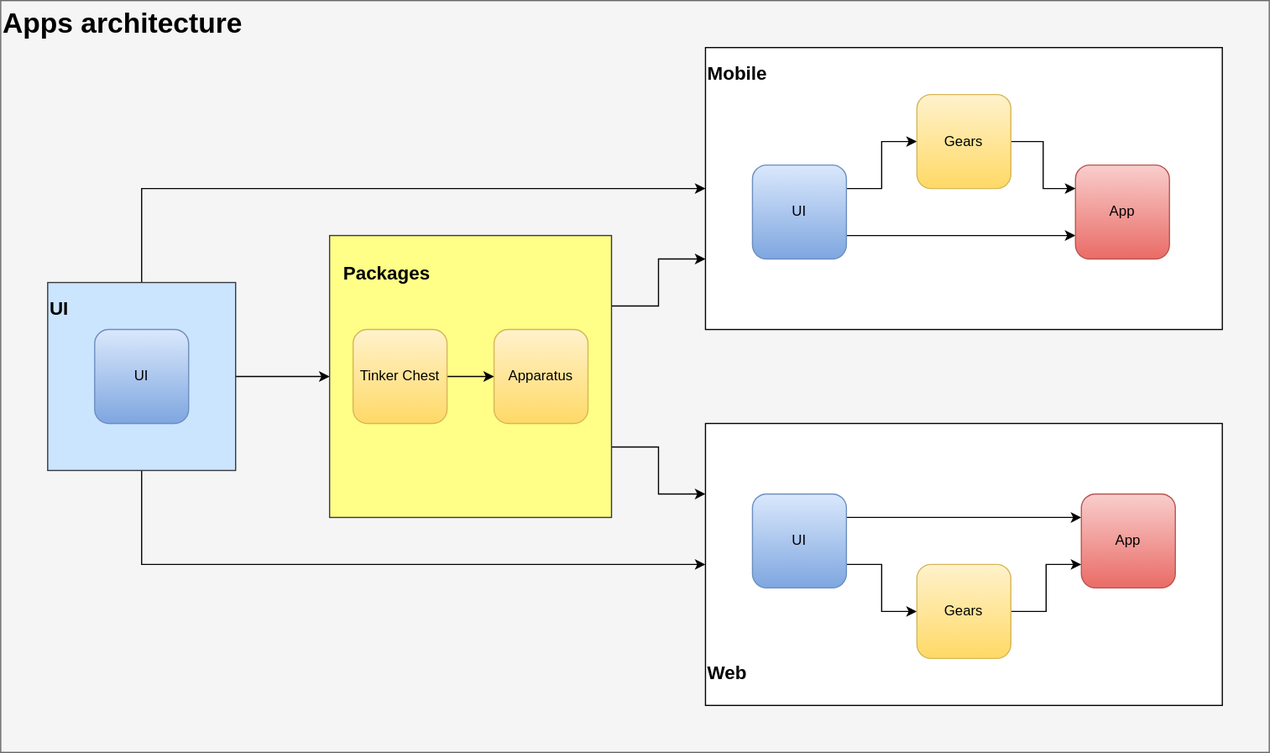
Above: docs/assets/architecture.svg in the-dead-planet/nav-gauge (draw.io), before the change. Source tidied: cells renumbered, new cells last; positions are measured from the earlier drawing's top-left corner, leaving out a move shared by most shapes.
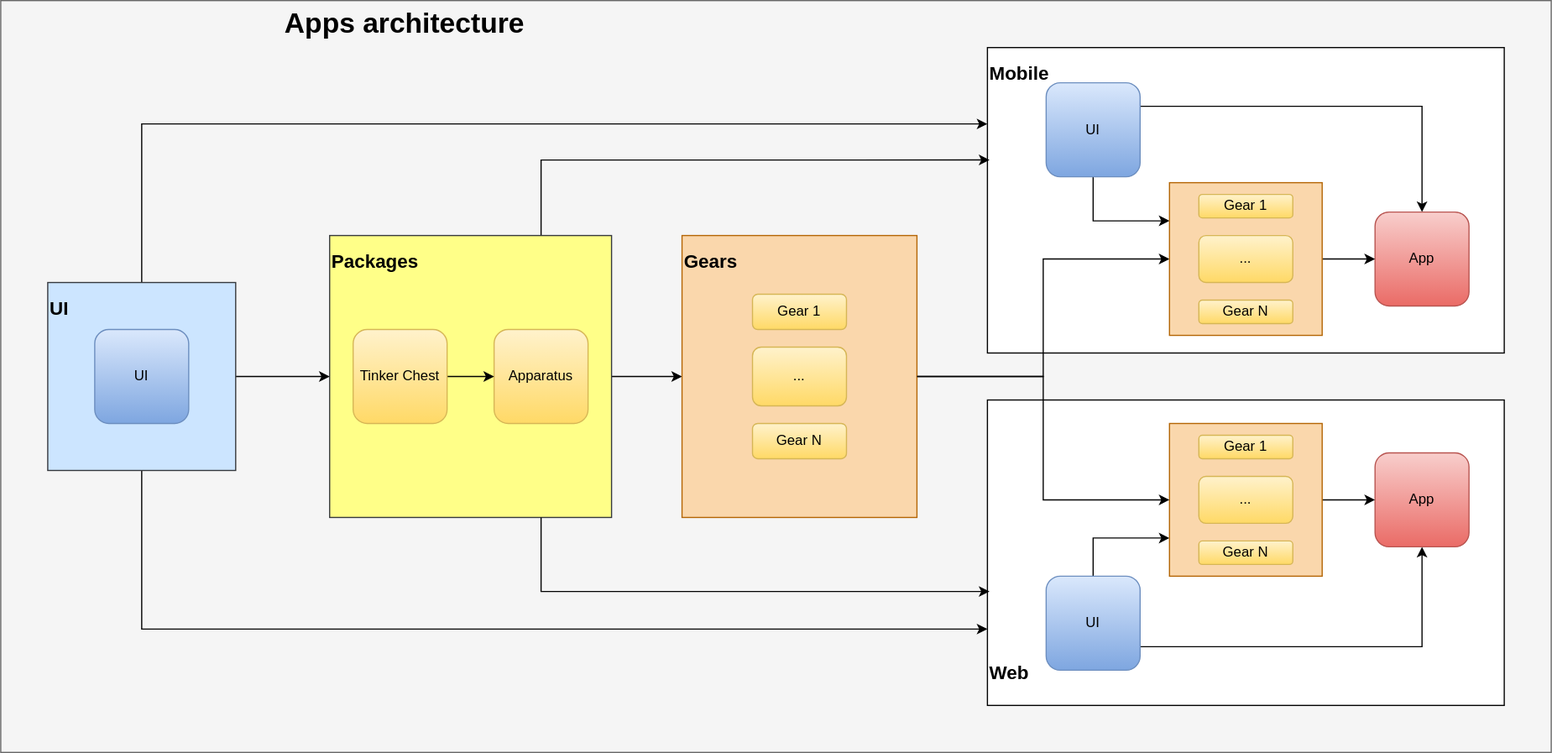
Later version of the same file.

Change to the diagram source:
```diff
@@ -33,7 +33,7 @@
       </mxGeometry>
     </mxCell>
     <mxCell id="8" style="rounded=0;whiteSpace=wrap;html=1;fillColor=#f5f5f5;strokeColor=#666666;fontColor=#333333;" parent="1" vertex="1">
-      <mxGeometry x="40" y="190" width="1080" height="640" as="geometry" />
+      <mxGeometry x="-200" y="190" width="1320" height="640" as="geometry" />
     </mxCell>
     <mxCell id="9" style="edgeStyle=orthogonalEdgeStyle;rounded=0;orthogonalLoop=1;jettySize=auto;html=1;exitX=0.5;exitY=1;exitDx=0;exitDy=0;" parent="1" edge="1">
       <mxGeometry relative="1" as="geometry">
@@ -42,69 +42,57 @@
       </mxGeometry>
     </mxCell>
     <mxCell id="10" style="rounded=0;whiteSpace=wrap;html=1;" parent="1" vertex="1">
-      <mxGeometry x="640" y="230" width="440" height="240" as="geometry" />
+      <mxGeometry x="640" y="230" width="440" height="260" as="geometry" />
     </mxCell>
-    <mxCell id="11" style="edgeStyle=orthogonalEdgeStyle;rounded=0;jettySize=auto;html=1;exitX=1;exitY=0.25;exitDx=0;exitDy=0;entryX=0;entryY=0.5;entryDx=0;entryDy=0;" parent="1" edge="1" source="13" target="16">
-      <mxGeometry relative="1" as="geometry" />
-    </mxCell>
-    <mxCell id="12" style="edgeStyle=orthogonalEdgeStyle;rounded=0;jettySize=auto;html=1;exitX=1;exitY=0.75;exitDx=0;exitDy=0;entryX=0;entryY=0.75;entryDx=0;entryDy=0;" parent="1" edge="1" source="13" target="14">
+    <mxCell id="12" style="edgeStyle=orthogonalEdgeStyle;rounded=0;jettySize=auto;html=1;exitX=1;exitY=0.25;exitDx=0;exitDy=0;entryX=0.5;entryY=0;entryDx=0;entryDy=0;" parent="1" edge="1" source="13" target="14">
       <mxGeometry relative="1" as="geometry" />
     </mxCell>
+    <mxCell id="40" style="edgeStyle=orthogonalEdgeStyle;rounded=0;jettySize=auto;html=1;exitX=0.5;exitY=1;exitDx=0;exitDy=0;entryX=0;entryY=0.25;entryDx=0;entryDy=0;" parent="1" edge="1" source="13" target="50">
+      <mxGeometry relative="1" as="geometry" />
+    </mxCell>
     <mxCell id="13" value="UI" style="rounded=1;whiteSpace=wrap;html=1;fillColor=#dae8fc;strokeColor=#6c8ebf;gradientColor=#7ea6e0;" parent="1" vertex="1">
-      <mxGeometry x="680" y="330" width="80" height="80" as="geometry" />
+      <mxGeometry x="690" y="260" width="80" height="80" as="geometry" />
     </mxCell>
     <mxCell id="14" value="App" style="rounded=1;whiteSpace=wrap;html=1;fillColor=#f8cecc;strokeColor=#b85450;gradientColor=#ea6b66;" parent="1" vertex="1">
-      <mxGeometry x="955" y="330" width="80" height="80" as="geometry" />
+      <mxGeometry x="970" y="370" width="80" height="80" as="geometry" />
     </mxCell>
-    <mxCell id="15" style="edgeStyle=orthogonalEdgeStyle;rounded=0;jettySize=auto;html=1;exitX=1;exitY=0.5;exitDx=0;exitDy=0;entryX=0;entryY=0.25;entryDx=0;entryDy=0;" parent="1" edge="1" source="16" target="14">
-      <mxGeometry relative="1" as="geometry" />
-    </mxCell>
-    <mxCell id="16" value="Gears" style="rounded=1;whiteSpace=wrap;html=1;fillColor=#fff2cc;strokeColor=#d6b656;gradientColor=#ffd966;" parent="1" vertex="1">
-      <mxGeometry x="820" y="270" width="80" height="80" as="geometry" />
-    </mxCell>
     <mxCell id="17" style="rounded=0;whiteSpace=wrap;html=1;" parent="1" vertex="1">
-      <mxGeometry x="640" y="550" width="440" height="240" as="geometry" />
+      <mxGeometry x="640" y="530" width="440" height="260" as="geometry" />
     </mxCell>
-    <mxCell id="18" style="edgeStyle=orthogonalEdgeStyle;rounded=0;jettySize=auto;html=1;exitX=1;exitY=0.75;exitDx=0;exitDy=0;" parent="1" edge="1" source="20" target="23">
-      <mxGeometry relative="1" as="geometry" />
-    </mxCell>
-    <mxCell id="19" style="edgeStyle=orthogonalEdgeStyle;rounded=0;jettySize=auto;html=1;exitX=1;exitY=0.25;exitDx=0;exitDy=0;entryX=0;entryY=0.25;entryDx=0;entryDy=0;" parent="1" edge="1" source="20" target="21">
+    <mxCell id="19" style="edgeStyle=orthogonalEdgeStyle;rounded=0;jettySize=auto;html=1;exitX=1;exitY=0.75;exitDx=0;exitDy=0;entryX=0.5;entryY=1;entryDx=0;entryDy=0;" parent="1" edge="1" source="20" target="21">
       <mxGeometry relative="1" as="geometry" />
     </mxCell>
+    <mxCell id="41" style="edgeStyle=orthogonalEdgeStyle;rounded=0;jettySize=auto;html=1;exitX=0.5;exitY=0;exitDx=0;exitDy=0;entryX=0;entryY=0.75;entryDx=0;entryDy=0;" parent="1" edge="1" source="20" target="54">
+      <mxGeometry relative="1" as="geometry" />
+    </mxCell>
     <mxCell id="20" value="UI" style="rounded=1;whiteSpace=wrap;html=1;fillColor=#dae8fc;strokeColor=#6c8ebf;gradientColor=#7ea6e0;" parent="1" vertex="1">
-      <mxGeometry x="680" y="610" width="80" height="80" as="geometry" />
+      <mxGeometry x="690" y="680" width="80" height="80" as="geometry" />
     </mxCell>
     <mxCell id="21" value="App" style="rounded=1;whiteSpace=wrap;html=1;fillColor=#f8cecc;strokeColor=#b85450;gradientColor=#ea6b66;" parent="1" vertex="1">
-      <mxGeometry x="960" y="610" width="80" height="80" as="geometry" />
+      <mxGeometry x="970" y="575" width="80" height="80" as="geometry" />
     </mxCell>
-    <mxCell id="22" style="edgeStyle=orthogonalEdgeStyle;rounded=0;jettySize=auto;html=1;exitX=1;exitY=0.5;exitDx=0;exitDy=0;entryX=0;entryY=0.75;entryDx=0;entryDy=0;" parent="1" edge="1" source="23" target="21">
-      <mxGeometry relative="1" as="geometry" />
-    </mxCell>
-    <mxCell id="23" value="&lt;div&gt;Gears&lt;/div&gt;" style="rounded=1;whiteSpace=wrap;html=1;fillColor=#fff2cc;strokeColor=#d6b656;gradientColor=#ffd966;" parent="1" vertex="1">
-      <mxGeometry x="820" y="670" width="80" height="80" as="geometry" />
-    </mxCell>
-    <mxCell id="24" style="edgeStyle=orthogonalEdgeStyle;rounded=0;jettySize=auto;html=1;exitX=1;exitY=0.25;exitDx=0;exitDy=0;entryX=0;entryY=0.75;entryDx=0;entryDy=0;" parent="1" edge="1" source="26" target="10">
+    <mxCell id="24" style="edgeStyle=orthogonalEdgeStyle;rounded=0;jettySize=auto;html=1;exitX=0.75;exitY=0;exitDx=0;exitDy=0;entryX=0.004;entryY=0.368;entryDx=0;entryDy=0;entryPerimeter=0;" parent="1" edge="1" source="26" target="10">
       <mxGeometry relative="1" as="geometry" />
     </mxCell>
-    <mxCell id="25" style="edgeStyle=orthogonalEdgeStyle;rounded=0;jettySize=auto;html=1;exitX=1;exitY=0.75;exitDx=0;exitDy=0;entryX=0;entryY=0.25;entryDx=0;entryDy=0;" parent="1" edge="1" source="26" target="17">
-      <mxGeometry relative="1" as="geometry" />
-    </mxCell>
+    <mxCell id="42" style="edgeStyle=orthogonalEdgeStyle;rounded=0;jettySize=auto;html=1;exitX=1;exitY=0.5;exitDx=0;exitDy=0;entryX=0;entryY=0.5;entryDx=0;entryDy=0;" parent="1" edge="1" source="26" target="44">
+      <mxGeometry relative="1" as="geometry" />
+    </mxCell>
     <mxCell id="26" style="rounded=0;whiteSpace=wrap;html=1;fillColor=#ffff88;strokeColor=#36393d;" parent="1" vertex="1">
-      <mxGeometry x="320" y="390" width="240" height="240" as="geometry" />
+      <mxGeometry x="80" y="390" width="240" height="240" as="geometry" />
     </mxCell>
     <mxCell id="27" value="&lt;div&gt;Apparatus&lt;/div&gt;" style="rounded=1;whiteSpace=wrap;html=1;fillColor=light-dark(#FFF2CC,#333300);strokeColor=light-dark(#D6B656,#999900);gradientColor=light-dark(#FFD966,#666600);" parent="1" vertex="1">
-      <mxGeometry x="460" y="470" width="80" height="80" as="geometry" />
+      <mxGeometry x="220" y="470" width="80" height="80" as="geometry" />
     </mxCell>
     <mxCell id="28" style="edgeStyle=orthogonalEdgeStyle;rounded=0;jettySize=auto;html=1;exitX=1;exitY=0.5;exitDx=0;exitDy=0;" parent="1" edge="1" source="29" target="27">
       <mxGeometry relative="1" as="geometry" />
     </mxCell>
     <mxCell id="29" value="&lt;div&gt;Tinker Chest&lt;/div&gt;" style="rounded=1;whiteSpace=wrap;html=1;fillColor=light-dark(#FFF2CC,#333300);strokeColor=light-dark(#D6B656,#999900);gradientColor=light-dark(#FFD966,#666600);" parent="1" vertex="1">
-      <mxGeometry x="340" y="470" width="80" height="80" as="geometry" />
+      <mxGeometry x="100" y="470" width="80" height="80" as="geometry" />
     </mxCell>
     <mxCell id="30" value="&lt;div align=&quot;left&quot;&gt;&lt;font style=&quot;font-size: 16px;&quot;&gt;Mobile&lt;/font&gt;&lt;/div&gt;" style="text;strokeColor=none;fillColor=none;html=1;fontSize=24;fontStyle=1;verticalAlign=middle;align=left;" parent="1" vertex="1">
       <mxGeometry x="640" y="230" width="100" height="40" as="geometry" />
     </mxCell>
-    <mxCell id="31" value="&lt;div align=&quot;left&quot;&gt;Architecture&lt;/div&gt;" style="text;strokeColor=none;fillColor=none;html=1;fontSize=24;fontStyle=1;verticalAlign=middle;align=left;" parent="1" vertex="1">
+    <mxCell id="31" value="&lt;div align=&quot;left&quot;&gt;Apps architecture&lt;/div&gt;" style="text;strokeColor=none;fillColor=none;html=1;fontSize=24;fontStyle=1;verticalAlign=middle;align=left;" parent="1" vertex="1">
       <mxGeometry x="40" y="190" width="160" height="40" as="geometry" />
     </mxCell>
     <mxCell id="32" value="&lt;div align=&quot;left&quot;&gt;&lt;font style=&quot;font-size: 16px;&quot;&gt;Web&lt;/font&gt;&lt;/div&gt;" style="text;strokeColor=none;fillColor=none;html=1;fontSize=24;fontStyle=1;verticalAlign=middle;align=left;" parent="1" vertex="1">
@@ -113,23 +101,77 @@
     <mxCell id="33" style="edgeStyle=orthogonalEdgeStyle;rounded=0;jettySize=auto;html=1;exitX=1;exitY=0.5;exitDx=0;exitDy=0;entryX=0;entryY=0.5;entryDx=0;entryDy=0;" parent="1" edge="1" source="36" target="26">
       <mxGeometry relative="1" as="geometry" />
     </mxCell>
-    <mxCell id="34" style="edgeStyle=orthogonalEdgeStyle;rounded=0;jettySize=auto;html=1;exitX=0.5;exitY=0;exitDx=0;exitDy=0;entryX=0;entryY=0.5;entryDx=0;entryDy=0;" parent="1" edge="1" source="36" target="10">
+    <mxCell id="34" style="edgeStyle=orthogonalEdgeStyle;rounded=0;jettySize=auto;html=1;exitX=0.5;exitY=0;exitDx=0;exitDy=0;entryX=0;entryY=0.25;entryDx=0;entryDy=0;" parent="1" edge="1" source="36" target="10">
       <mxGeometry relative="1" as="geometry" />
     </mxCell>
-    <mxCell id="35" style="edgeStyle=orthogonalEdgeStyle;rounded=0;jettySize=auto;html=1;exitX=0.5;exitY=1;exitDx=0;exitDy=0;entryX=0;entryY=0.5;entryDx=0;entryDy=0;" parent="1" edge="1" source="36" target="17">
+    <mxCell id="35" style="edgeStyle=orthogonalEdgeStyle;rounded=0;jettySize=auto;html=1;exitX=0.5;exitY=1;exitDx=0;exitDy=0;entryX=0;entryY=0.75;entryDx=0;entryDy=0;" parent="1" edge="1" source="36" target="17">
       <mxGeometry relative="1" as="geometry" />
     </mxCell>
     <mxCell id="36" style="rounded=0;whiteSpace=wrap;html=1;fillColor=#cce5ff;strokeColor=#36393d;" parent="1" vertex="1">
-      <mxGeometry x="80" y="430" width="160" height="160" as="geometry" />
+      <mxGeometry x="-160" y="430" width="160" height="160" as="geometry" />
     </mxCell>
     <mxCell id="37" value="UI" style="rounded=1;whiteSpace=wrap;html=1;fillColor=#dae8fc;strokeColor=#6c8ebf;gradientColor=#7ea6e0;" parent="1" vertex="1">
-      <mxGeometry x="120" y="470" width="80" height="80" as="geometry" />
+      <mxGeometry x="-120" y="470" width="80" height="80" as="geometry" />
     </mxCell>
     <mxCell id="38" value="&lt;div align=&quot;left&quot;&gt;&lt;font style=&quot;font-size: 16px;&quot;&gt;UI&lt;/font&gt;&lt;/div&gt;" style="text;strokeColor=none;fillColor=none;html=1;fontSize=24;fontStyle=1;verticalAlign=middle;align=left;" parent="1" vertex="1">
-      <mxGeometry x="80" y="430" width="100" height="40" as="geometry" />
+      <mxGeometry x="-160" y="430" width="100" height="40" as="geometry" />
     </mxCell>
     <mxCell id="39" value="&lt;div align=&quot;left&quot;&gt;&lt;font style=&quot;font-size: 16px;&quot;&gt;Packages&lt;/font&gt;&lt;/div&gt;" style="text;strokeColor=none;fillColor=none;html=1;fontSize=24;fontStyle=1;verticalAlign=middle;align=left;" parent="1" vertex="1">
-      <mxGeometry x="330" y="400" width="100" height="40" as="geometry" />
+      <mxGeometry x="80" y="390" width="100" height="40" as="geometry" />
     </mxCell>
+    <mxCell id="43" style="edgeStyle=orthogonalEdgeStyle;rounded=0;jettySize=auto;html=1;exitX=1;exitY=0.5;exitDx=0;exitDy=0;entryX=0;entryY=0.5;entryDx=0;entryDy=0;" parent="1" edge="1" source="44" target="50">
+      <mxGeometry relative="1" as="geometry" />
+    </mxCell>
+    <mxCell id="44" style="rounded=0;whiteSpace=wrap;html=1;fillColor=light-dark(#FAD7AC,#261704);strokeColor=light-dark(#B46504,#6A461A);" parent="1" vertex="1">
+      <mxGeometry x="380" y="390" width="200" height="240" as="geometry" />
+    </mxCell>
+    <mxCell id="45" value="&lt;div align=&quot;left&quot;&gt;&lt;font style=&quot;font-size: 16px;&quot;&gt;Packages&lt;/font&gt;&lt;/div&gt;" style="text;strokeColor=none;fillColor=none;html=1;fontSize=24;fontStyle=1;verticalAlign=middle;align=left;" parent="1" vertex="1">
+      <mxGeometry x="380" y="390" width="100" height="40" as="geometry" />
+    </mxCell>
+    <mxCell id="46" value="Gear 1" style="rounded=1;whiteSpace=wrap;html=1;fillColor=#fff2cc;strokeColor=#d6b656;gradientColor=#ffd966;" parent="1" vertex="1">
+      <mxGeometry x="440" y="440" width="80" height="30" as="geometry" />
+    </mxCell>
+    <mxCell id="47" value="..." style="rounded=1;whiteSpace=wrap;html=1;fillColor=#fff2cc;strokeColor=#d6b656;gradientColor=#ffd966;" parent="1" vertex="1">
+      <mxGeometry x="440" y="485" width="80" height="50" as="geometry" />
+    </mxCell>
+    <mxCell id="48" value="Gear N" style="rounded=1;whiteSpace=wrap;html=1;fillColor=#fff2cc;strokeColor=#d6b656;gradientColor=#ffd966;" parent="1" vertex="1">
+      <mxGeometry x="440" y="550" width="80" height="30" as="geometry" />
+    </mxCell>
+    <mxCell id="49" style="edgeStyle=orthogonalEdgeStyle;rounded=0;jettySize=auto;html=1;exitX=1;exitY=0.5;exitDx=0;exitDy=0;entryX=0;entryY=0.5;entryDx=0;entryDy=0;" parent="1" edge="1" source="50" target="14">
+      <mxGeometry relative="1" as="geometry" />
+    </mxCell>
+    <mxCell id="50" style="rounded=0;whiteSpace=wrap;html=1;fillColor=light-dark(#FAD7AC,#261704);strokeColor=light-dark(#B46504,#6A461A);" parent="1" vertex="1">
+      <mxGeometry x="795" y="345" width="130" height="130" as="geometry" />
+    </mxCell>
+    <mxCell id="16" value="Gear 1" style="rounded=1;whiteSpace=wrap;html=1;fillColor=#fff2cc;strokeColor=#d6b656;gradientColor=#ffd966;" parent="1" vertex="1">
+      <mxGeometry x="820" y="355" width="80" height="20" as="geometry" />
+    </mxCell>
+    <mxCell id="51" value="..." style="rounded=1;whiteSpace=wrap;html=1;fillColor=#fff2cc;strokeColor=#d6b656;gradientColor=#ffd966;" parent="1" vertex="1">
+      <mxGeometry x="820" y="390" width="80" height="40" as="geometry" />
+    </mxCell>
+    <mxCell id="52" value="Gear N" style="rounded=1;whiteSpace=wrap;html=1;fillColor=#fff2cc;strokeColor=#d6b656;gradientColor=#ffd966;" parent="1" vertex="1">
+      <mxGeometry x="820" y="445" width="80" height="20" as="geometry" />
+    </mxCell>
+    <mxCell id="25" style="edgeStyle=orthogonalEdgeStyle;rounded=0;jettySize=auto;html=1;exitX=0.75;exitY=1;exitDx=0;exitDy=0;entryX=0.004;entryY=0.627;entryDx=0;entryDy=0;entryPerimeter=0;" parent="1" edge="1" source="26" target="17">
+      <mxGeometry relative="1" as="geometry" />
+    </mxCell>
+    <mxCell id="53" style="edgeStyle=orthogonalEdgeStyle;rounded=0;jettySize=auto;html=1;exitX=1;exitY=0.5;exitDx=0;exitDy=0;" parent="1" edge="1" source="54" target="21">
+      <mxGeometry relative="1" as="geometry" />
+    </mxCell>
+    <mxCell id="54" style="rounded=0;whiteSpace=wrap;html=1;fillColor=light-dark(#FAD7AC,#261704);strokeColor=light-dark(#B46504,#6A461A);" parent="1" vertex="1">
+      <mxGeometry x="795" y="550" width="130" height="130" as="geometry" />
+    </mxCell>
+    <mxCell id="55" value="..." style="rounded=1;whiteSpace=wrap;html=1;fillColor=#fff2cc;strokeColor=#d6b656;gradientColor=#ffd966;" parent="1" vertex="1">
+      <mxGeometry x="820" y="595" width="80" height="40" as="geometry" />
+    </mxCell>
+    <mxCell id="56" value="Gear 1" style="rounded=1;whiteSpace=wrap;html=1;fillColor=#fff2cc;strokeColor=#d6b656;gradientColor=#ffd966;" parent="1" vertex="1">
+      <mxGeometry x="820" y="560" width="80" height="20" as="geometry" />
+    </mxCell>
+    <mxCell id="57" value="Gear N" style="rounded=1;whiteSpace=wrap;html=1;fillColor=#fff2cc;strokeColor=#d6b656;gradientColor=#ffd966;" parent="1" vertex="1">
+      <mxGeometry x="820" y="650" width="80" height="20" as="geometry" />
+    </mxCell>
+    <mxCell id="58" style="edgeStyle=orthogonalEdgeStyle;rounded=0;jettySize=auto;html=1;exitX=1;exitY=0.5;exitDx=0;exitDy=0;" parent="1" edge="1" source="44" target="54">
+      <mxGeometry relative="1" as="geometry" />
+    </mxCell>
   </root>
 </mxGraphModel>
```
